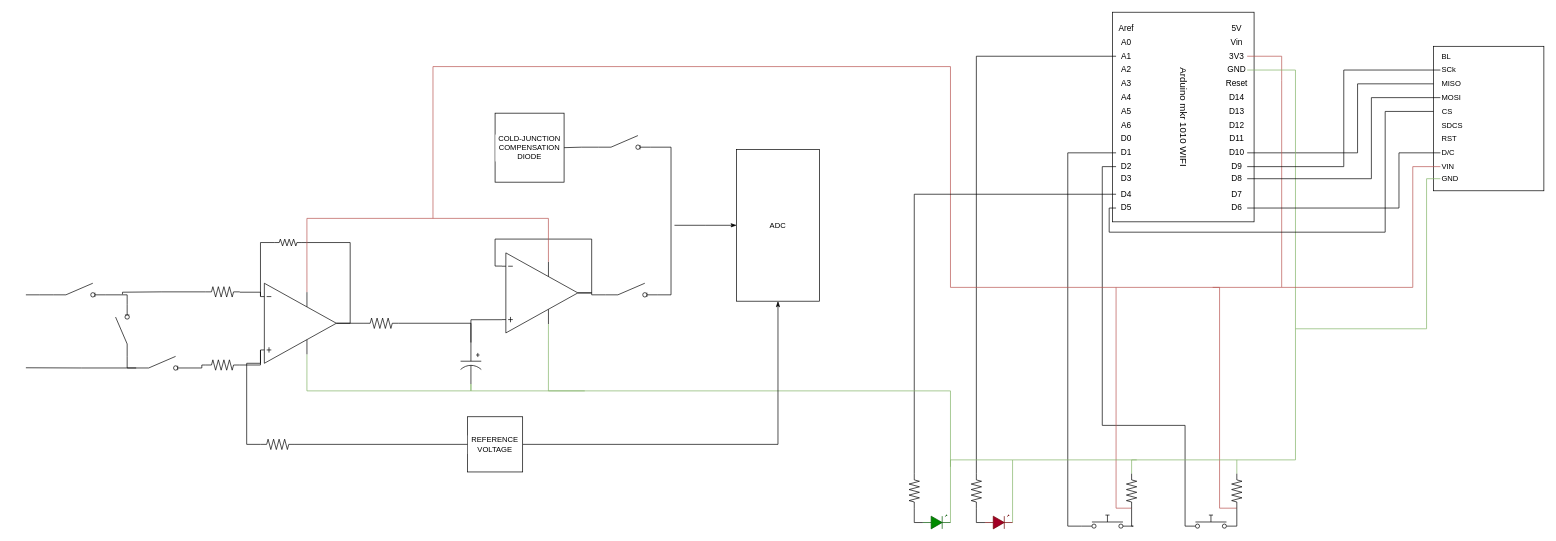
Before: Diagrama sem nome.drawio in Gonram0s/pomodoro, a draw.io diagram. Source tidied: cells renumbered, new cells numbered last; positions are measured from the earlier drawing's top-left corner, leaving out a move shared by most shapes. Both pictures are drawn from the tidied source at 69%, with x=0, y=0 at pixel (26, 25).
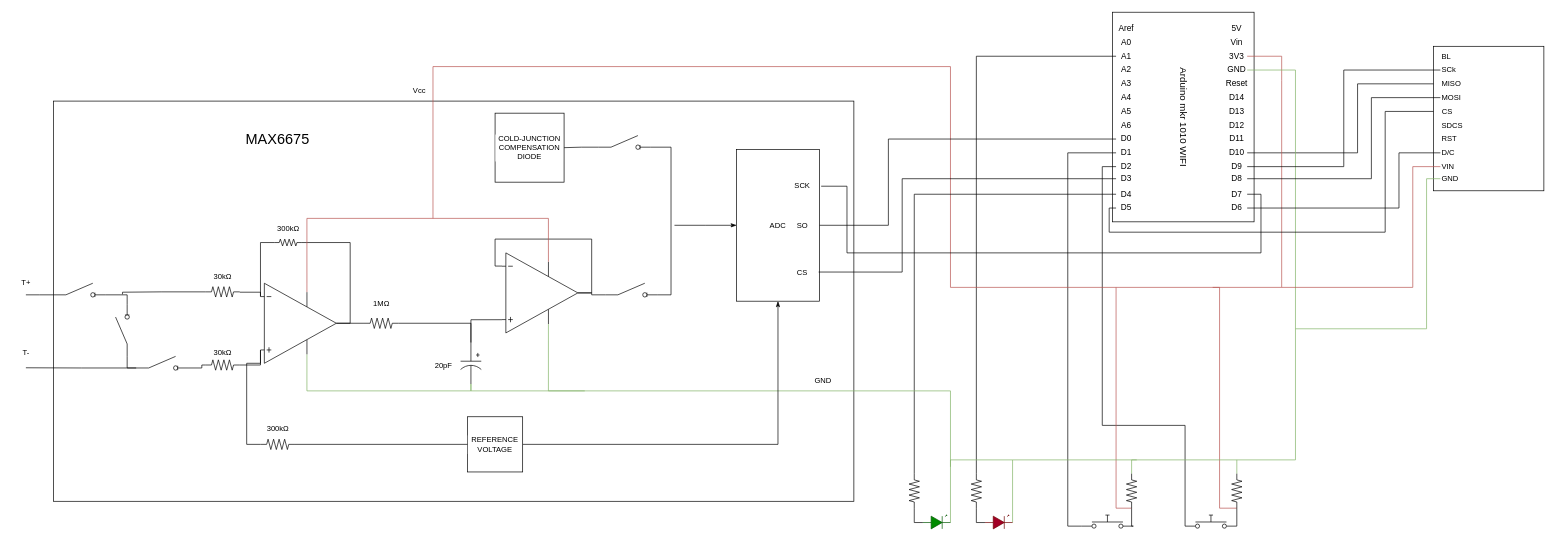
After the change.

Unchanged cells that the change refers to:
```xml
<mxCell id="11" value="D0" style="text;html=1;align=center;verticalAlign=middle;whiteSpace=wrap;rounded=0;" parent="1" vertex="1">
  <mxGeometry x="1580" y="160" width="30" height="10" as="geometry" />
</mxCell>
<mxCell id="16" value="D3" style="text;html=1;align=center;verticalAlign=middle;whiteSpace=wrap;rounded=0;" parent="1" vertex="1">
  <mxGeometry x="1580" y="217.5" width="30" height="10" as="geometry" />
</mxCell>
<mxCell id="32" value="D7" style="text;html=1;align=center;verticalAlign=middle;whiteSpace=wrap;rounded=0;" parent="1" vertex="1">
  <mxGeometry x="1740" y="240" width="30" height="10" as="geometry" />
</mxCell>
<mxCell id="107" value="ADC" style="rounded=0;whiteSpace=wrap;html=1;fontFamily=Helvetica;fontSize=11;fontColor=default;labelBackgroundColor=default;direction=south;" parent="1" vertex="1">
  <mxGeometry x="1030" y="180" width="120" height="220" as="geometry" />
</mxCell>
```

Change to the diagram source:
```diff
@@
+    <mxCell id="114" style="rounded=0;whiteSpace=wrap;html=1;fontFamily=Helvetica;fontSize=11;fontColor=default;labelBackgroundColor=default;fillColor=none;strokeColor=default;imageAspect=1;" parent="1" vertex="1">
+      <mxGeometry x="40" y="110" width="1160" height="580" as="geometry" />
+    </mxCell>
@@
+    <mxCell id="115" style="edgeStyle=orthogonalEdgeStyle;rounded=0;jettySize=auto;html=1;exitX=0.5;exitY=0;exitDx=0;exitDy=0;entryX=0;entryY=0.5;entryDx=0;entryDy=0;strokeColor=default;align=center;verticalAlign=middle;fontFamily=Helvetica;fontSize=11;fontColor=default;labelBackgroundColor=default;endArrow=none;endFill=0;" parent="1" edge="1" source="107" target="11">
+      <mxGeometry relative="1" as="geometry">
+        <Array as="points">
+          <mxPoint x="1250" y="290" />
+          <mxPoint x="1250" y="165" />
+        </Array>
+      </mxGeometry>
+    </mxCell>
@@
+    <mxCell id="116" value="SCK" style="text;html=1;align=center;verticalAlign=middle;points=[];strokeColor=none;fillColor=none;fontFamily=Helvetica;fontSize=11;fontColor=default;labelBackgroundColor=default;" parent="1" vertex="1">
+      <mxGeometry x="1100" y="217.5" width="50" height="30" as="geometry" />
+    </mxCell>
+    <mxCell id="117" value="SO" style="text;html=1;align=center;verticalAlign=middle;strokeColor=none;fillColor=none;fontFamily=Helvetica;fontSize=11;fontColor=default;labelBackgroundColor=default;" parent="1" vertex="1">
+      <mxGeometry x="1105" y="275" width="40" height="30" as="geometry" />
+    </mxCell>
+    <mxCell id="118" value="CS" style="text;html=1;align=center;verticalAlign=middle;strokeColor=none;fillColor=none;fontFamily=Helvetica;fontSize=11;fontColor=default;labelBackgroundColor=default;" parent="1" vertex="1">
+      <mxGeometry x="1105" y="344" width="40" height="30" as="geometry" />
+    </mxCell>
+    <mxCell id="119" style="edgeStyle=orthogonalEdgeStyle;rounded=0;jettySize=auto;html=1;exitX=0;exitY=0.5;exitDx=0;exitDy=0;entryX=0.808;entryY=0.009;entryDx=0;entryDy=0;entryPerimeter=0;strokeColor=default;align=center;verticalAlign=middle;fontFamily=Helvetica;fontSize=11;fontColor=default;labelBackgroundColor=default;endArrow=none;endFill=0;" parent="1" edge="1" source="16" target="107">
+      <mxGeometry relative="1" as="geometry">
+        <Array as="points">
+          <mxPoint x="1270" y="223" />
+          <mxPoint x="1270" y="358" />
+        </Array>
+      </mxGeometry>
+    </mxCell>
+    <mxCell id="120" style="edgeStyle=orthogonalEdgeStyle;rounded=0;jettySize=auto;html=1;exitX=1;exitY=0.5;exitDx=0;exitDy=0;entryX=1.052;entryY=0.529;entryDx=0;entryDy=0;entryPerimeter=0;strokeColor=default;align=center;verticalAlign=middle;fontFamily=Helvetica;fontSize=11;fontColor=default;labelBackgroundColor=default;endArrow=none;endFill=0;" parent="1" edge="1" source="32" target="116">
+      <mxGeometry relative="1" as="geometry">
+        <Array as="points">
+          <mxPoint x="1790" y="245" />
+          <mxPoint x="1790" y="330" />
+          <mxPoint x="1190" y="330" />
+          <mxPoint x="1190" y="233" />
+        </Array>
+      </mxGeometry>
+    </mxCell>
+    <mxCell id="121" value="T+" style="text;html=1;align=center;verticalAlign=middle;strokeColor=none;fillColor=none;fontFamily=Helvetica;fontSize=11;fontColor=default;labelBackgroundColor=default;" parent="1" vertex="1">
+      <mxGeometry x="-20" y="358" width="40" height="30" as="geometry" />
+    </mxCell>
+    <mxCell id="122" value="T-" style="text;html=1;align=center;verticalAlign=middle;strokeColor=none;fillColor=none;fontFamily=Helvetica;fontSize=11;fontColor=default;labelBackgroundColor=default;" parent="1" vertex="1">
+      <mxGeometry x="-15" y="460" width="30" height="30" as="geometry" />
+    </mxCell>
+    <mxCell id="123" value="300kΩ" style="text;html=1;align=center;verticalAlign=middle;strokeColor=none;fillColor=none;fontFamily=Helvetica;fontSize=11;fontColor=default;labelBackgroundColor=default;" parent="1" vertex="1">
+      <mxGeometry x="335" y="570" width="60" height="30" as="geometry" />
+    </mxCell>
+    <mxCell id="124" value="300kΩ" style="text;html=1;align=center;verticalAlign=middle;strokeColor=none;fillColor=none;fontFamily=Helvetica;fontSize=11;fontColor=default;labelBackgroundColor=default;" parent="1" vertex="1">
+      <mxGeometry x="350" y="280" width="60" height="30" as="geometry" />
+    </mxCell>
+    <mxCell id="125" value="30kΩ" style="text;html=1;align=center;verticalAlign=middle;strokeColor=none;fillColor=none;fontFamily=Helvetica;fontSize=11;fontColor=default;labelBackgroundColor=default;" parent="1" vertex="1">
+      <mxGeometry x="260" y="349" width="50" height="30" as="geometry" />
+    </mxCell>
+    <mxCell id="126" value="30kΩ" style="text;html=1;align=center;verticalAlign=middle;strokeColor=none;fillColor=none;fontFamily=Helvetica;fontSize=11;fontColor=default;labelBackgroundColor=default;" parent="1" vertex="1">
+      <mxGeometry x="260" y="460" width="50" height="30" as="geometry" />
+    </mxCell>
+    <mxCell id="127" value="1MΩ" style="text;html=1;align=center;verticalAlign=middle;strokeColor=none;fillColor=none;fontFamily=Helvetica;fontSize=11;fontColor=default;labelBackgroundColor=default;" parent="1" vertex="1">
+      <mxGeometry x="490" y="388" width="50" height="30" as="geometry" />
+    </mxCell>
+    <mxCell id="128" value="20pF" style="text;html=1;align=center;verticalAlign=middle;strokeColor=none;fillColor=none;fontFamily=Helvetica;fontSize=11;fontColor=default;labelBackgroundColor=default;" parent="1" vertex="1">
+      <mxGeometry x="580" y="477.5" width="50" height="30" as="geometry" />
+    </mxCell>
+    <mxCell id="129" value="&lt;p style=&quot;line-height: 140%; font-size: 21px;&quot;&gt;MAX6675&lt;/p&gt;" style="text;html=1;align=center;verticalAlign=middle;whiteSpace=wrap;rounded=0;fontFamily=Helvetica;fontSize=11;fontColor=default;labelBackgroundColor=default;" parent="1" vertex="1">
+      <mxGeometry x="310" y="130" width="110" height="70" as="geometry" />
+    </mxCell>
+    <mxCell id="130" value="GND" style="text;html=1;align=center;verticalAlign=middle;strokeColor=none;fillColor=none;fontFamily=Helvetica;fontSize=11;fontColor=default;labelBackgroundColor=default;" parent="1" vertex="1">
+      <mxGeometry x="1130" y="500" width="50" height="30" as="geometry" />
+    </mxCell>
+    <mxCell id="131" value="Vcc" style="text;html=1;align=center;verticalAlign=middle;strokeColor=none;fillColor=none;fontFamily=Helvetica;fontSize=11;fontColor=default;labelBackgroundColor=default;" parent="1" vertex="1">
+      <mxGeometry x="550" y="80" width="40" height="30" as="geometry" />
+    </mxCell>
```
